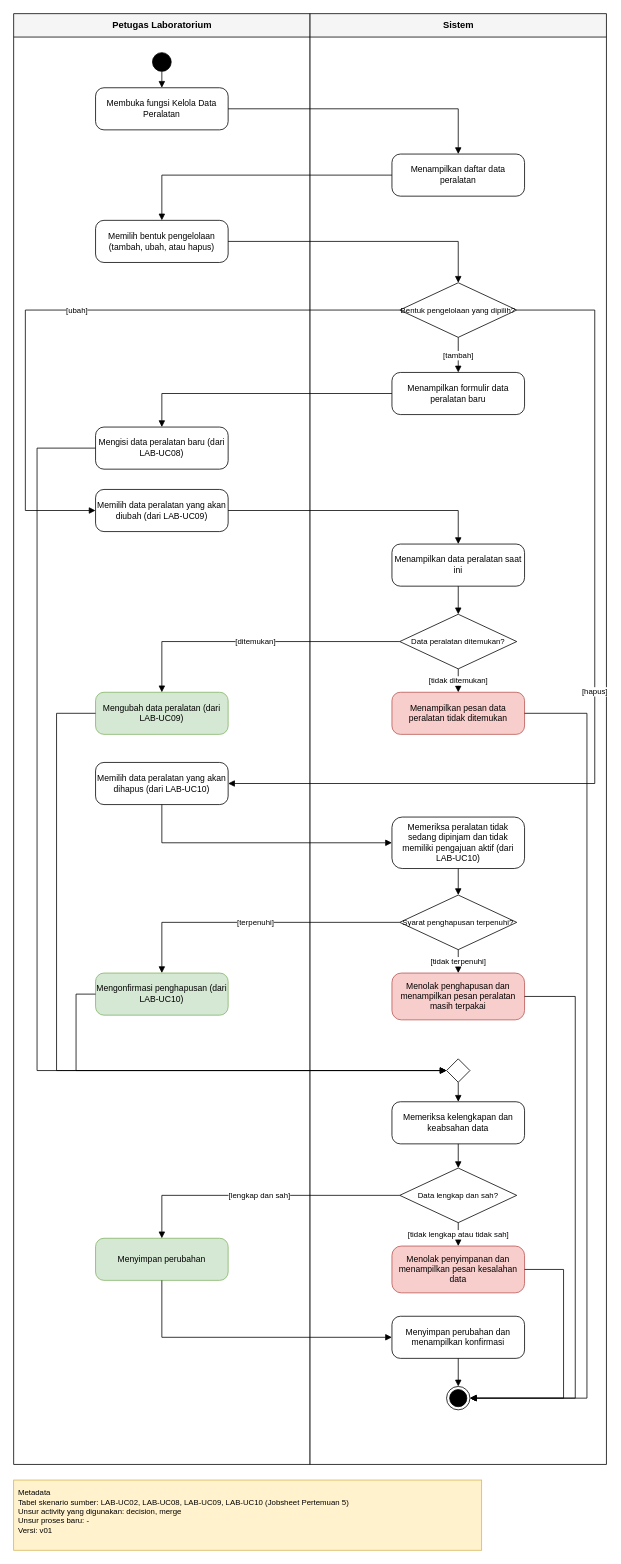
Above: 04_model_analisis/P06/LAB/P06_2406027_LAB_activity_kelola_data_v01.drawio in Muhamadrojaka15/IFRWP5149_2406027_LabAlat (draw.io), before the change. Source tidied: cells renumbered, new cells numbered last; positions are measured from the earlier drawing's top-left corner, leaving out a move shared by most shapes. Both pictures are drawn from the tidied source at 78%, with x=0, y=0 at pixel (13, 13).
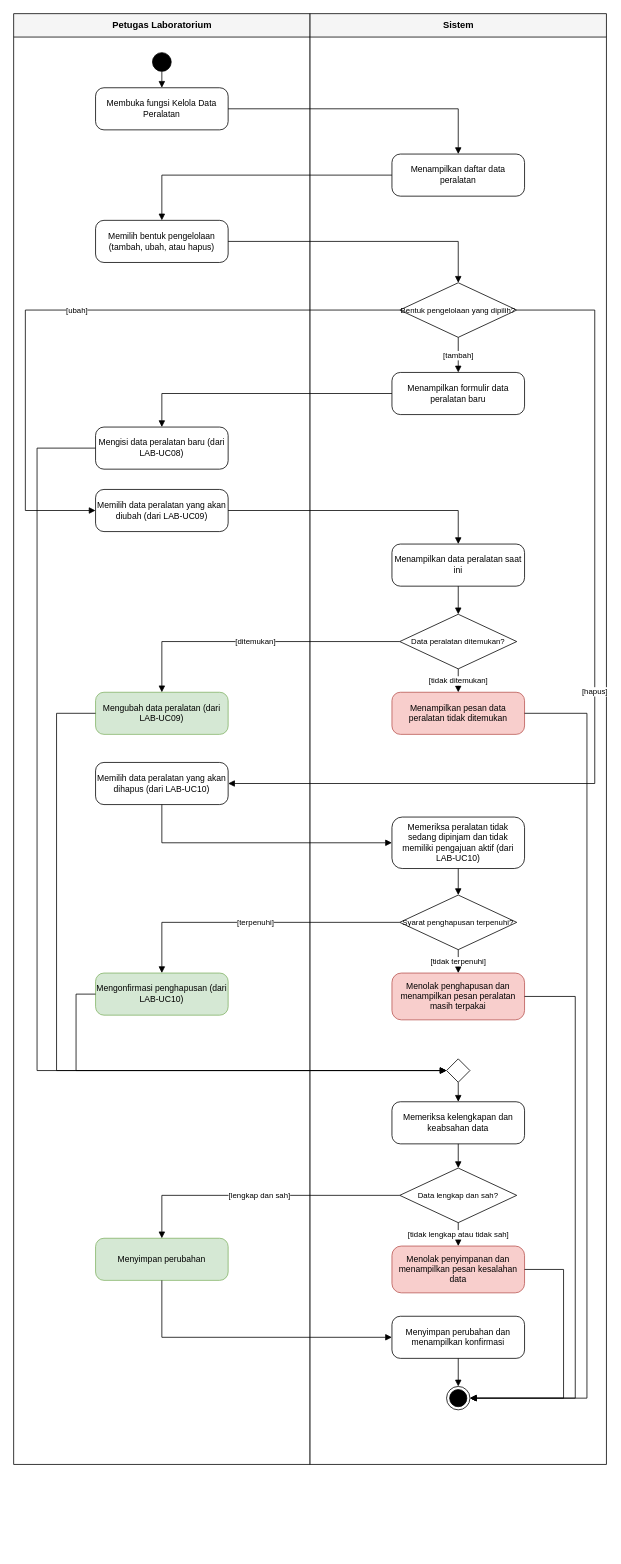
The same page after the edit.

The edit, as a diff of the source:
```diff
@@
-    <mxCell id="56" value="Metadata&#10;Tabel skenario sumber: LAB-UC02, LAB-UC08, LAB-UC09, LAB-UC10 (Jobsheet Pertemuan 5)&#10;Unsur activity yang digunakan: decision, merge&#10;Unsur proses baru: -&#10;Versi: v01" style="text;html=1;whiteSpace=wrap;align=left;verticalAlign=top;fontSize=10;fillColor=#fff2cc;strokeColor=#d6b656;spacing=6;" parent="1" vertex="1">
-      <mxGeometry y="1880" width="600" height="90" as="geometry" />
-    </mxCell>
```
